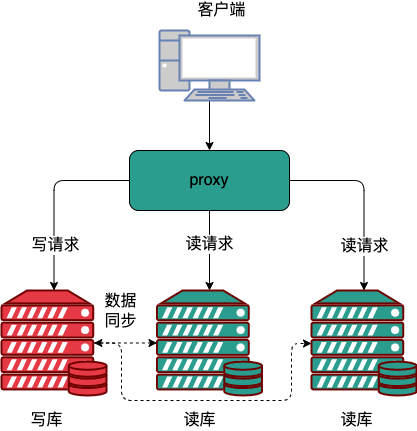
Above: img/mysql/mysql-proxy-readwrite.png in boilingfrog/Go-POINT (draw.io), before the change. Source tidied: cells renumbered, new cells last; positions are measured from the earlier drawing's top-left corner, leaving out a move shared by most shapes. The source it was exported from:
```xml
<mxGraphModel>
  <root>
    <mxCell id="0" />
    <mxCell id="1" parent="0" />
    <mxCell id="2" style="fontColor=#ffffff;verticalAlign=top;verticalLabelPosition=bottom;labelPosition=center;align=center;html=1;outlineConnect=0;fillColor=#2A9D8F;strokeColor=#6F0000;gradientDirection=north;strokeWidth=2;shape=mxgraph.networks.server_storage;" parent="1" vertex="1">
      <mxGeometry x="310" y="290" width="105" height="105" as="geometry" />
    </mxCell>
    <mxCell id="3" style="fontColor=#ffffff;verticalAlign=top;verticalLabelPosition=bottom;labelPosition=center;align=center;html=1;outlineConnect=0;fillColor=#2A9D8F;strokeColor=#6F0000;gradientDirection=north;strokeWidth=2;shape=mxgraph.networks.server_storage;" parent="1" vertex="1">
      <mxGeometry x="155.5" y="290" width="105" height="105" as="geometry" />
    </mxCell>
    <mxCell id="4" style="edgeStyle=orthogonalEdgeStyle;rounded=1;html=1;entryX=0;entryY=0.5;entryDx=0;entryDy=0;entryPerimeter=0;fontSize=16;startArrow=none;startFill=0;endArrow=classic;endFill=1;strokeWidth=1;exitX=0.88;exitY=0.5;exitDx=0;exitDy=0;exitPerimeter=0;dashed=1;" parent="1" edge="1" source="7" target="3">
      <mxGeometry relative="1" as="geometry" />
    </mxCell>
    <mxCell id="5" style="edgeStyle=orthogonalEdgeStyle;rounded=1;html=1;fontSize=16;startArrow=classic;startFill=1;endArrow=classic;endFill=1;strokeWidth=1;exitX=0.88;exitY=0.5;exitDx=0;exitDy=0;exitPerimeter=0;dashed=1;" parent="1" edge="1" source="7" target="2">
      <mxGeometry relative="1" as="geometry">
        <Array as="points">
          <mxPoint x="120" y="343" />
          <mxPoint x="120" y="400" />
          <mxPoint x="290" y="400" />
          <mxPoint x="290" y="343" />
        </Array>
      </mxGeometry>
    </mxCell>
    <mxCell id="6" value="数据&lt;br&gt;同步" style="edgeLabel;html=1;align=center;verticalAlign=middle;fontSize=16;" parent="5" vertex="1">
      <mxGeometry x="0.03" y="1" relative="1" as="geometry">
        <mxPoint x="-88" y="-89" as="offset" />
      </mxGeometry>
    </mxCell>
    <mxCell id="7" style="fontColor=#ffffff;verticalAlign=top;verticalLabelPosition=bottom;labelPosition=center;align=center;html=1;outlineConnect=0;fillColor=#E63946;strokeColor=#6F0000;gradientDirection=north;strokeWidth=2;shape=mxgraph.networks.server_storage;" parent="1" vertex="1">
      <mxGeometry y="290" width="105" height="105" as="geometry" />
    </mxCell>
    <mxCell id="8" style="edgeStyle=orthogonalEdgeStyle;rounded=1;html=1;entryX=0.5;entryY=0;entryDx=0;entryDy=0;fontSize=16;startArrow=none;startFill=0;endArrow=classic;endFill=1;strokeWidth=1;" parent="1" edge="1" source="9" target="20">
      <mxGeometry relative="1" as="geometry" />
    </mxCell>
    <mxCell id="9" style="fontColor=#0066CC;verticalAlign=top;verticalLabelPosition=bottom;labelPosition=center;align=center;html=1;outlineConnect=0;fillColor=#CCCCCC;strokeColor=#6881B3;gradientColor=none;gradientDirection=north;strokeWidth=2;shape=mxgraph.networks.pc;fontSize=16;" parent="1" vertex="1">
      <mxGeometry x="158" y="30" width="100" height="70" as="geometry" />
    </mxCell>
    <mxCell id="10" value="客户端" style="text;html=1;align=center;verticalAlign=middle;strokeColor=none;fillColor=none;fontSize=16;" parent="1" vertex="1">
      <mxGeometry x="190" width="60" height="20" as="geometry" />
    </mxCell>
    <mxCell id="11" value="写库" style="text;html=1;align=center;verticalAlign=middle;strokeColor=none;fillColor=none;fontSize=16;" parent="1" vertex="1">
      <mxGeometry x="20" y="410" width="50" height="20" as="geometry" />
    </mxCell>
    <mxCell id="12" value="读库" style="text;html=1;align=center;verticalAlign=middle;strokeColor=none;fillColor=none;fontSize=16;" parent="1" vertex="1">
      <mxGeometry x="173" y="410" width="50" height="20" as="geometry" />
    </mxCell>
    <mxCell id="13" value="读库" style="text;html=1;align=center;verticalAlign=middle;strokeColor=none;fillColor=none;fontSize=16;" parent="1" vertex="1">
      <mxGeometry x="330" y="410" width="50" height="20" as="geometry" />
    </mxCell>
    <mxCell id="14" style="edgeStyle=orthogonalEdgeStyle;rounded=1;html=1;fontSize=16;startArrow=none;startFill=0;endArrow=classic;endFill=1;strokeWidth=1;" parent="1" edge="1" source="20" target="7">
      <mxGeometry relative="1" as="geometry" />
    </mxCell>
    <mxCell id="15" value="写请求" style="edgeLabel;html=1;align=center;verticalAlign=middle;fontSize=16;" parent="14" vertex="1">
      <mxGeometry x="0.53" y="1" relative="1" as="geometry">
        <mxPoint y="-1" as="offset" />
      </mxGeometry>
    </mxCell>
    <mxCell id="16" style="edgeStyle=orthogonalEdgeStyle;rounded=1;html=1;entryX=0.5;entryY=0;entryDx=0;entryDy=0;entryPerimeter=0;fontSize=16;startArrow=none;startFill=0;endArrow=classic;endFill=1;strokeWidth=1;" parent="1" edge="1" source="20" target="2">
      <mxGeometry relative="1" as="geometry" />
    </mxCell>
    <mxCell id="17" value="读请求" style="edgeLabel;html=1;align=center;verticalAlign=middle;fontSize=16;" parent="16" vertex="1">
      <mxGeometry x="0.51" y="2" relative="1" as="geometry">
        <mxPoint x="-2" as="offset" />
      </mxGeometry>
    </mxCell>
    <mxCell id="18" style="edgeStyle=orthogonalEdgeStyle;rounded=1;html=1;entryX=0.5;entryY=0;entryDx=0;entryDy=0;entryPerimeter=0;fontSize=16;startArrow=none;startFill=0;endArrow=classic;endFill=1;strokeWidth=1;" parent="1" edge="1" source="20" target="3">
      <mxGeometry relative="1" as="geometry" />
    </mxCell>
    <mxCell id="19" value="读请求" style="edgeLabel;html=1;align=center;verticalAlign=middle;fontSize=16;" parent="18" vertex="1">
      <mxGeometry x="-0.17" y="-1" relative="1" as="geometry" />
    </mxCell>
    <mxCell id="20" value="proxy" style="rounded=1;whiteSpace=wrap;html=1;fontSize=16;fillColor=#2A9D8F;" parent="1" vertex="1">
      <mxGeometry x="128" y="150" width="160" height="60" as="geometry" />
    </mxCell>
  </root>
</mxGraphModel>
```
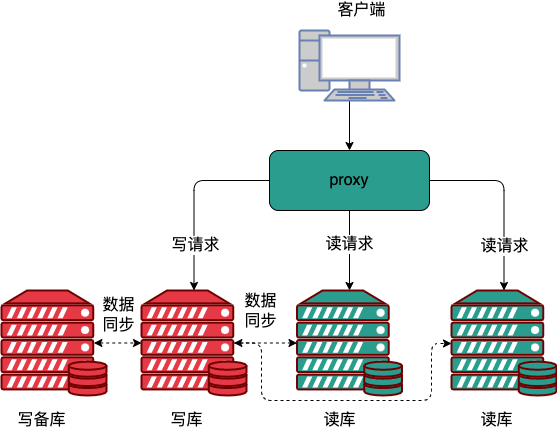
Above is the later version.

Diff of the diagram source:
```diff
@@ -72,5 +72,19 @@
     <mxCell id="20" value="proxy" style="rounded=1;whiteSpace=wrap;html=1;fontSize=16;fillColor=#2A9D8F;" parent="1" vertex="1">
       <mxGeometry x="128" y="150" width="160" height="60" as="geometry" />
     </mxCell>
+    <mxCell id="21" style="edgeStyle=none;html=1;entryX=0;entryY=0.5;entryDx=0;entryDy=0;entryPerimeter=0;fontSize=16;exitX=0.88;exitY=0.5;exitDx=0;exitDy=0;exitPerimeter=0;startArrow=classic;startFill=1;dashed=1;" parent="1" edge="1" source="22" target="7">
+      <mxGeometry relative="1" as="geometry" />
+    </mxCell>
+    <mxCell id="22" style="fontColor=#ffffff;verticalAlign=top;verticalLabelPosition=bottom;labelPosition=center;align=center;html=1;outlineConnect=0;fillColor=#E63946;strokeColor=#6F0000;gradientDirection=north;strokeWidth=2;shape=mxgraph.networks.server_storage;" parent="1" vertex="1">
+      <mxGeometry x="-140" y="290" width="105" height="105" as="geometry" />
+    </mxCell>
+    <mxCell id="23" value="&lt;font style=&quot;font-size: 16px&quot;&gt;写备库&lt;/font&gt;" style="text;html=1;align=center;verticalAlign=middle;strokeColor=none;fillColor=none;" parent="1" vertex="1">
+      <mxGeometry x="-130" y="410" width="60" height="20" as="geometry" />
+    </mxCell>
+    <mxCell id="24" value="数据&lt;br&gt;同步" style="edgeLabel;html=1;align=center;verticalAlign=middle;fontSize=16;" parent="1" vertex="1">
+      <mxGeometry x="96" y="342.5" as="geometry">
+        <mxPoint x="-120" y="-28" as="offset" />
+      </mxGeometry>
+    </mxCell>
   </root>
 </mxGraphModel>
```
